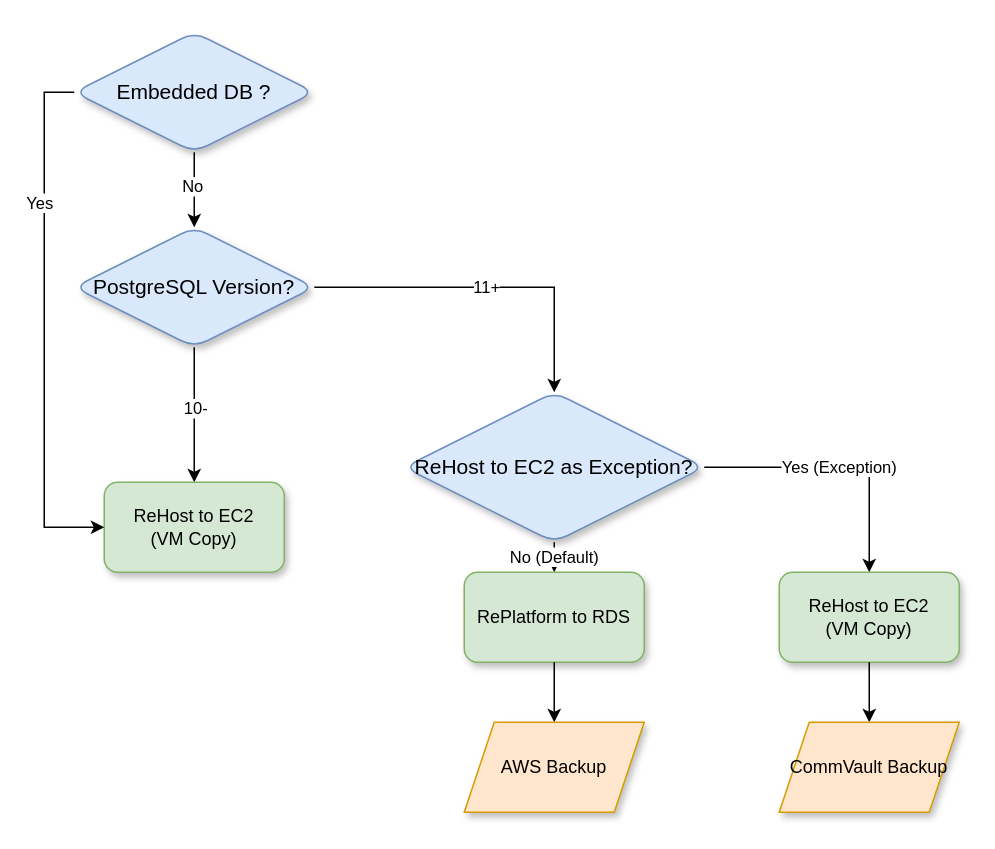
Before: PGSQL-DecisionTree.drawio in anthonygea/mycv, a draw.io diagram. Source tidied: cells renumbered, new cells numbered last; positions are measured from the earlier drawing's top-left corner, leaving out a move shared by most shapes. Both pictures are drawn from the tidied source at 150%, with x=0, y=0 at pixel (74, 32).
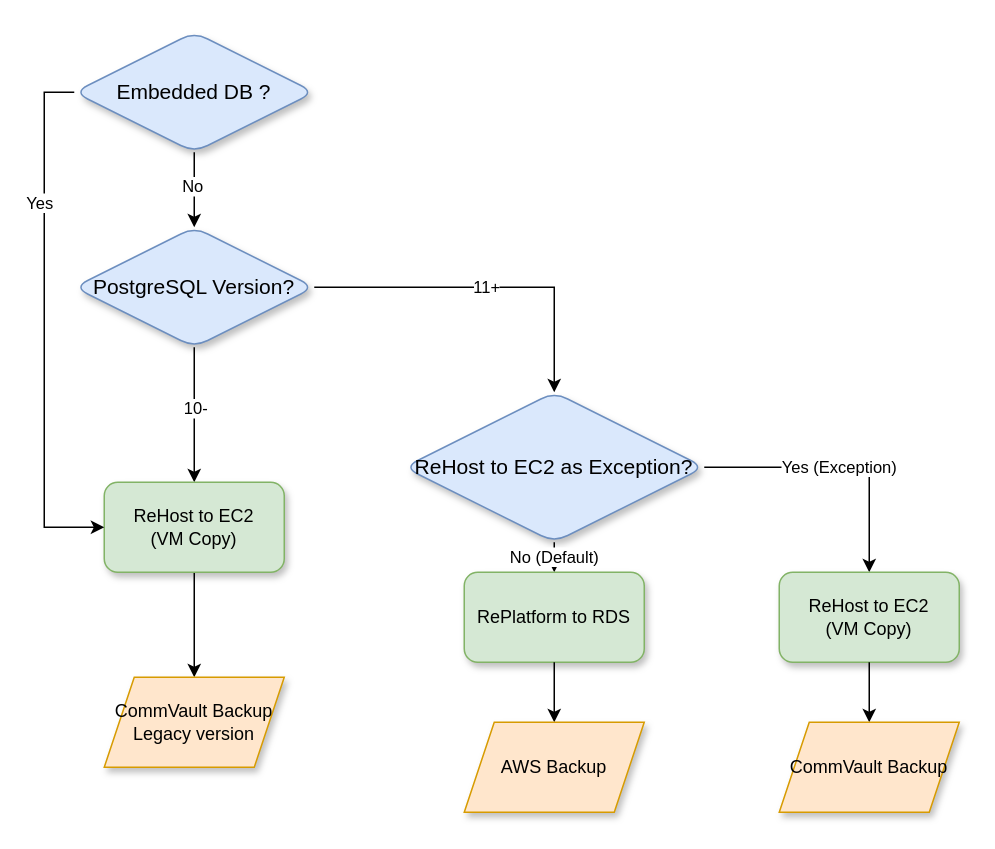
After the change.

Commit message:
Mettre à jour PGSQL-DecisionTree.drawio

The change refers to these unchanged cells:
```xml
<mxCell id="15" value="ReHost to EC2&lt;div&gt;(VM Copy)&lt;br&gt;&lt;/div&gt;" style="rounded=1;whiteSpace=wrap;html=1;shadow=1;fontFamily=Helvetica;fontSize=12;fillColor=#d5e8d4;strokeColor=#82b366;" parent="1" vertex="1">
  <mxGeometry x="20" y="300" width="120" height="60" as="geometry" />
</mxCell>
```

Diff of the diagram source:
```diff
@@
+    <mxCell id="21" style="edgeStyle=orthogonalEdgeStyle;rounded=0;jettySize=auto;html=1;" parent="1" edge="1" source="15" target="22">
+      <mxGeometry relative="1" as="geometry" />
+    </mxCell>
@@
+    <mxCell id="22" value="CommVault Backup&lt;div&gt;Legacy version&lt;/div&gt;" style="shape=parallelogram;perimeter=parallelogramPerimeter;whiteSpace=wrap;html=1;fixedSize=1;shadow=1;fontFamily=Helvetica;fontSize=12;fillColor=#ffe6cc;strokeColor=#d79b00;" parent="1" vertex="1">
+      <mxGeometry x="20" y="430" width="120" height="60" as="geometry" />
+    </mxCell>
```
